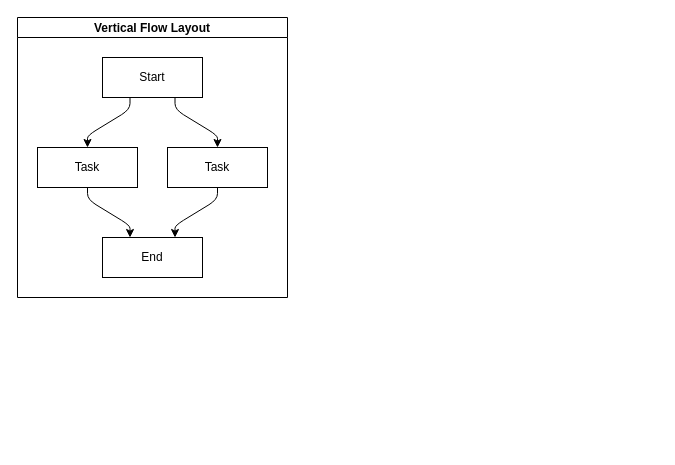
Earlier version of the draw.io diagram page "第 2 页" (2 of 2) of 1233344444.drawio (Quixote-Demo/demo). Source tidied: cells renumbered, new cells numbered last; positions are measured from the earlier drawing's top-left corner, leaving out a move shared by most shapes. Both pictures are drawn from the tidied source at 100%, with x=0, y=0 at pixel (17, 17).
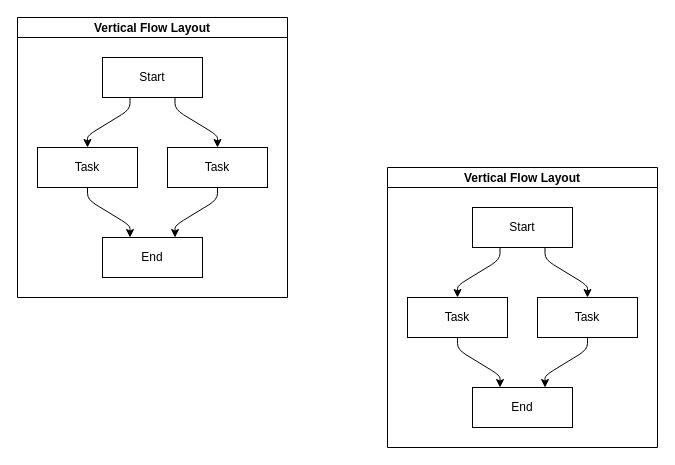
After the change.

Change to the diagram source:
```diff
@@
+    <mxCell id="11" value="Vertical Flow Layout" style="swimlane;startSize=20;horizontal=1;flowOrientation=north;interRankCellSpacing=50;containerType=tree;fontSize=12;" parent="1" vertex="1">
+      <mxGeometry x="370" y="150" width="270" height="280" as="geometry" />
+    </mxCell>
+    <mxCell id="12" value="Start" style="whiteSpace=wrap;html=1;" parent="11" vertex="1">
+      <mxGeometry x="85" y="40" width="100" height="40" as="geometry" />
+    </mxCell>
+    <mxCell id="13" value="Task" style="whiteSpace=wrap;html=1;" parent="11" vertex="1">
+      <mxGeometry x="20" y="130" width="100" height="40" as="geometry" />
+    </mxCell>
+    <mxCell id="14" style="html=1;rounded=1;curved=0;sourcePerimeterSpacing=0;targetPerimeterSpacing=0;startSize=6;endSize=6;noEdgeStyle=1;orthogonal=1;" parent="11" edge="1" source="12" target="13">
+      <mxGeometry relative="1" as="geometry">
+        <Array as="points">
+          <mxPoint x="112.5" y="92" />
+          <mxPoint x="70" y="118" />
+        </Array>
+      </mxGeometry>
+    </mxCell>
+    <mxCell id="15" value="Task" style="whiteSpace=wrap;html=1;" parent="11" vertex="1">
+      <mxGeometry x="150" y="130" width="100" height="40" as="geometry" />
+    </mxCell>
+    <mxCell id="16" style="html=1;rounded=1;curved=0;sourcePerimeterSpacing=0;targetPerimeterSpacing=0;startSize=6;endSize=6;noEdgeStyle=1;orthogonal=1;" parent="11" edge="1" source="12" target="15">
+      <mxGeometry relative="1" as="geometry">
+        <Array as="points">
+          <mxPoint x="157.5" y="92" />
+          <mxPoint x="200" y="118" />
+        </Array>
+      </mxGeometry>
+    </mxCell>
+    <mxCell id="17" value="End" style="whiteSpace=wrap;html=1;" parent="11" vertex="1">
+      <mxGeometry x="85" y="220" width="100" height="40" as="geometry" />
+    </mxCell>
+    <mxCell id="18" style="html=1;rounded=1;curved=0;sourcePerimeterSpacing=0;targetPerimeterSpacing=0;startSize=6;endSize=6;noEdgeStyle=1;orthogonal=1;" parent="11" edge="1" source="13" target="17">
+      <mxGeometry relative="1" as="geometry">
+        <Array as="points">
+          <mxPoint x="70" y="182" />
+          <mxPoint x="112.5" y="208" />
+        </Array>
+      </mxGeometry>
+    </mxCell>
+    <mxCell id="19" style="html=1;rounded=1;curved=0;sourcePerimeterSpacing=0;targetPerimeterSpacing=0;startSize=6;endSize=6;noEdgeStyle=1;orthogonal=1;" parent="11" edge="1" source="15" target="17">
+      <mxGeometry relative="1" as="geometry">
+        <Array as="points">
+          <mxPoint x="200" y="182" />
+          <mxPoint x="157.5" y="208" />
+        </Array>
+      </mxGeometry>
+    </mxCell>
```
